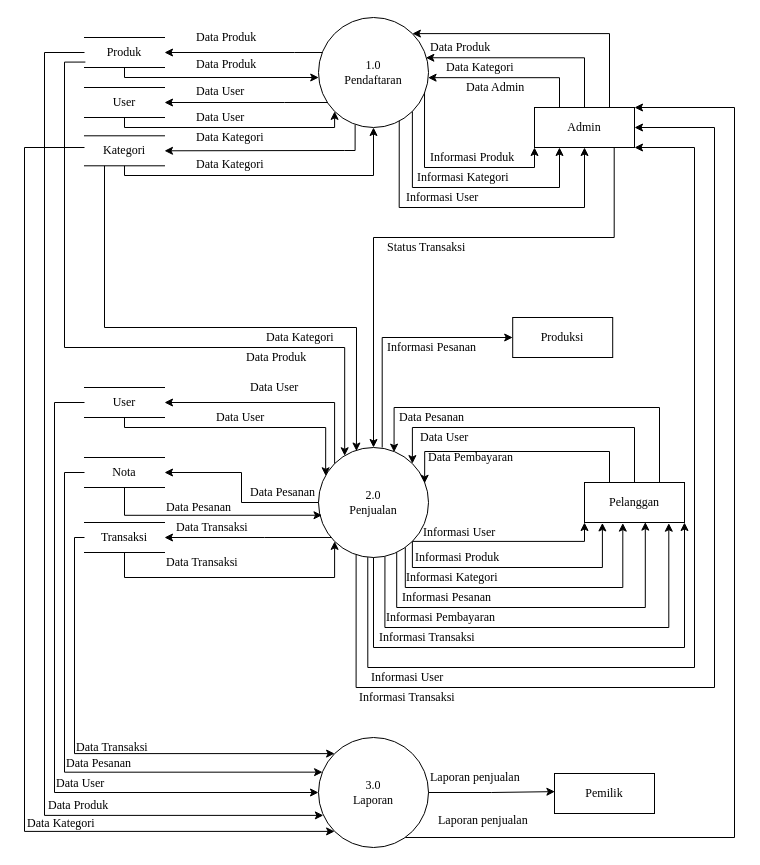
angelinahandini/TA keeps this draw.io diagram as page "DFD Level 0 Revisi" (19 of 22) of TA.drawio. Above is the earlier version. Source tidied: cells renumbered, new cells numbered last; positions are measured from the earlier drawing's top-left corner, leaving out a move shared by most shapes. Both pictures are drawn from the tidied source at 100%, with x=0, y=0 at pixel (24, 17).
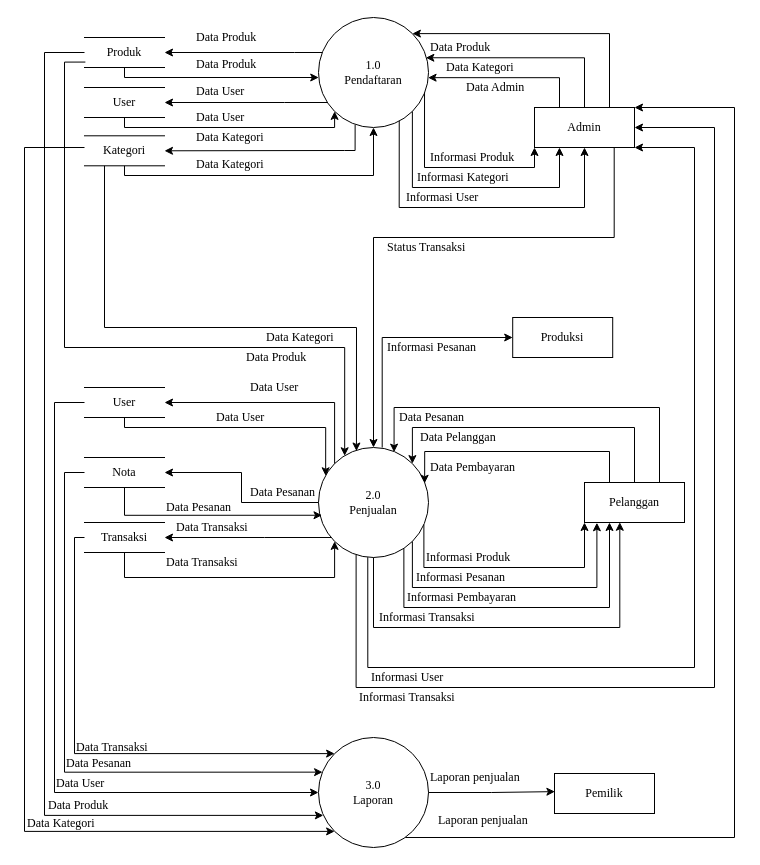
Above is the later version.

Unchanged cells that the change refers to:
```xml
<mxCell id="2" style="group;fontFamily=Times New Roman;" parent="1" vertex="1">
  <mxGeometry width="710" height="830" as="geometry" />
</mxCell>
<mxCell id="35" value="2.0&lt;br&gt;Penjualan" style="ellipse;whiteSpace=wrap;html=1;verticalAlign=middle;fontFamily=Times New Roman;" parent="2" vertex="1">
  <mxGeometry x="294" y="430" width="110" height="110" as="geometry" />
</mxCell>
<mxCell id="44" value="Pelanggan" style="whiteSpace=wrap;html=1;align=center;fontFamily=Times New Roman;" parent="2" vertex="1">
  <mxGeometry x="560" y="465" width="100" height="40" as="geometry" />
</mxCell>
```

Change to the diagram source:
```diff
@@
-    <mxCell id="45" style="edgeStyle=orthogonalEdgeStyle;rounded=0;jettySize=auto;html=1;entryX=0;entryY=1;entryDx=0;entryDy=0;exitX=1;exitY=1;exitDx=0;exitDy=0;fontFamily=Times New Roman;" parent="2" edge="1" source="35" target="44">
-      <mxGeometry relative="1" as="geometry">
-        <Array as="points">
-          <mxPoint x="560" y="524" />
-        </Array>
-      </mxGeometry>
-    </mxCell>
-    <mxCell id="46" style="edgeStyle=orthogonalEdgeStyle;rounded=0;jettySize=auto;html=1;entryX=0.179;entryY=1.011;entryDx=0;entryDy=0;exitX=1;exitY=1;exitDx=0;exitDy=0;entryPerimeter=0;fontFamily=Times New Roman;" parent="2" edge="1" source="35" target="44">
+    <mxCell id="46" style="edgeStyle=orthogonalEdgeStyle;rounded=0;jettySize=auto;html=1;entryX=0;entryY=1;entryDx=0;entryDy=0;exitX=0.958;exitY=0.7;exitDx=0;exitDy=0;fontFamily=Times New Roman;exitPerimeter=0;" parent="2" edge="1" source="35" target="44">
       <mxGeometry relative="1" as="geometry">
         <Array as="points">
-          <mxPoint x="388" y="550" />
-          <mxPoint x="578" y="550" />
+          <mxPoint x="399" y="550" />
+          <mxPoint x="560" y="550" />
         </Array>
       </mxGeometry>
     </mxCell>
-    <mxCell id="47" style="edgeStyle=orthogonalEdgeStyle;rounded=0;jettySize=auto;html=1;entryX=0.383;entryY=1.015;entryDx=0;entryDy=0;exitX=0.789;exitY=0.908;exitDx=0;exitDy=0;exitPerimeter=0;entryPerimeter=0;fontFamily=Times New Roman;" parent="2" edge="1" source="35" target="44">
-      <mxGeometry relative="1" as="geometry">
-        <Array as="points">
-          <mxPoint x="381" y="570" />
-          <mxPoint x="598" y="570" />
-        </Array>
-      </mxGeometry>
-    </mxCell>
-    <mxCell id="48" style="edgeStyle=orthogonalEdgeStyle;rounded=0;jettySize=auto;html=1;entryX=0.608;entryY=0.991;entryDx=0;entryDy=0;exitX=0.711;exitY=0.953;exitDx=0;exitDy=0;exitPerimeter=0;entryPerimeter=0;fontFamily=Times New Roman;" parent="2" edge="1" source="35" target="44">
+    <mxCell id="48" style="edgeStyle=orthogonalEdgeStyle;rounded=0;jettySize=auto;html=1;entryX=0.124;entryY=1.006;entryDx=0;entryDy=0;exitX=1;exitY=1;exitDx=0;exitDy=0;fontFamily=Times New Roman;entryPerimeter=0;" parent="2" edge="1" source="35" target="44">
       <mxGeometry relative="1" as="geometry">
         <Array as="points">
-          <mxPoint x="372" y="590" />
-          <mxPoint x="621" y="590" />
+          <mxPoint x="388" y="570" />
+          <mxPoint x="572" y="570" />
         </Array>
       </mxGeometry>
     </mxCell>
-    <mxCell id="49" style="edgeStyle=orthogonalEdgeStyle;rounded=0;jettySize=auto;html=1;entryX=0.843;entryY=1.018;entryDx=0;entryDy=0;exitX=0.604;exitY=0.992;exitDx=0;exitDy=0;exitPerimeter=0;entryPerimeter=0;fontFamily=Times New Roman;" parent="2" edge="1" source="35" target="44">
+    <mxCell id="49" style="edgeStyle=orthogonalEdgeStyle;rounded=0;jettySize=auto;html=1;entryX=0.25;entryY=1;entryDx=0;entryDy=0;exitX=0.776;exitY=0.918;exitDx=0;exitDy=0;exitPerimeter=0;fontFamily=Times New Roman;" parent="2" edge="1" source="35" target="44">
       <mxGeometry relative="1" as="geometry">
         <Array as="points">
-          <mxPoint x="360" y="610" />
-          <mxPoint x="644" y="610" />
+          <mxPoint x="379" y="590" />
+          <mxPoint x="585" y="590" />
         </Array>
       </mxGeometry>
     </mxCell>
-    <mxCell id="50" style="edgeStyle=orthogonalEdgeStyle;rounded=0;jettySize=auto;html=1;entryX=1;entryY=1;entryDx=0;entryDy=0;exitX=0.5;exitY=1;exitDx=0;exitDy=0;fontFamily=Times New Roman;" parent="2" edge="1" source="35" target="44">
+    <mxCell id="50" style="edgeStyle=orthogonalEdgeStyle;rounded=0;jettySize=auto;html=1;entryX=0.353;entryY=0.994;entryDx=0;entryDy=0;exitX=0.5;exitY=1;exitDx=0;exitDy=0;fontFamily=Times New Roman;entryPerimeter=0;" parent="2" edge="1" source="35" target="44">
       <mxGeometry relative="1" as="geometry">
         <Array as="points">
-          <mxPoint x="349" y="630" />
-          <mxPoint x="660" y="630" />
+          <mxPoint x="349" y="610" />
+          <mxPoint x="595" y="610" />
         </Array>
       </mxGeometry>
     </mxCell>
@@
-    <mxCell id="52" value="Data User" style="text;html=1;strokeColor=none;fillColor=none;align=left;verticalAlign=middle;whiteSpace=wrap;rounded=0;fontFamily=Times New Roman;" parent="2" vertex="1">
-      <mxGeometry x="394.2" y="410" width="70" height="20" as="geometry" />
+    <mxCell id="52" value="Data Pelanggan" style="text;html=1;strokeColor=none;fillColor=none;align=left;verticalAlign=middle;whiteSpace=wrap;rounded=0;fontFamily=Times New Roman;" parent="2" vertex="1">
+      <mxGeometry x="394.2" y="410" width="85.8" height="20" as="geometry" />
     </mxCell>
     <mxCell id="53" value="Data Pembayaran" style="text;html=1;strokeColor=none;fillColor=none;align=left;verticalAlign=middle;whiteSpace=wrap;rounded=0;fontFamily=Times New Roman;" parent="2" vertex="1">
-      <mxGeometry x="401.5" y="430" width="96" height="20" as="geometry" />
+      <mxGeometry x="404" y="440" width="96" height="20" as="geometry" />
     </mxCell>
@@
     <mxCell id="59" value="Informasi Pembayaran" style="text;html=1;strokeColor=none;fillColor=none;align=left;verticalAlign=middle;whiteSpace=wrap;rounded=0;fontFamily=Times New Roman;" parent="2" vertex="1">
-      <mxGeometry x="359.5" y="590" width="119" height="20" as="geometry" />
+      <mxGeometry x="381" y="570" width="119" height="20" as="geometry" />
     </mxCell>
     <mxCell id="60" value="Informasi Produk" style="text;html=1;strokeColor=none;fillColor=none;align=left;verticalAlign=middle;whiteSpace=wrap;rounded=0;fontFamily=Times New Roman;" parent="2" vertex="1">
-      <mxGeometry x="388.5" y="530" width="98.5" height="20" as="geometry" />
+      <mxGeometry x="400.2" y="530" width="98.5" height="20" as="geometry" />
     </mxCell>
-    <mxCell id="61" value="Informasi Kategori" style="text;html=1;strokeColor=none;fillColor=none;align=left;verticalAlign=middle;whiteSpace=wrap;rounded=0;fontFamily=Times New Roman;" parent="2" vertex="1">
-      <mxGeometry x="380" y="550" width="98.5" height="20" as="geometry" />
-    </mxCell>
@@
-    <mxCell id="66" value="Informasi User" style="text;html=1;strokeColor=none;fillColor=none;align=left;verticalAlign=middle;whiteSpace=wrap;rounded=0;fontFamily=Times New Roman;" parent="2" vertex="1">
-      <mxGeometry x="396.5" y="505" width="98.5" height="20" as="geometry" />
-    </mxCell>
     <mxCell id="67" value="Informasi Pesanan" style="text;html=1;strokeColor=none;fillColor=none;align=left;verticalAlign=middle;whiteSpace=wrap;rounded=0;fontFamily=Times New Roman;" parent="2" vertex="1">
-      <mxGeometry x="375.5" y="570" width="98.5" height="20" as="geometry" />
+      <mxGeometry x="390" y="550" width="98.5" height="20" as="geometry" />
     </mxCell>
     <mxCell id="68" value="Informasi Transaksi" style="text;html=1;strokeColor=none;fillColor=none;align=left;verticalAlign=middle;whiteSpace=wrap;rounded=0;fontFamily=Times New Roman;" parent="2" vertex="1">
-      <mxGeometry x="352.5" y="610" width="107.5" height="20" as="geometry" />
+      <mxGeometry x="352.5" y="590" width="107.5" height="20" as="geometry" />
     </mxCell>
```
